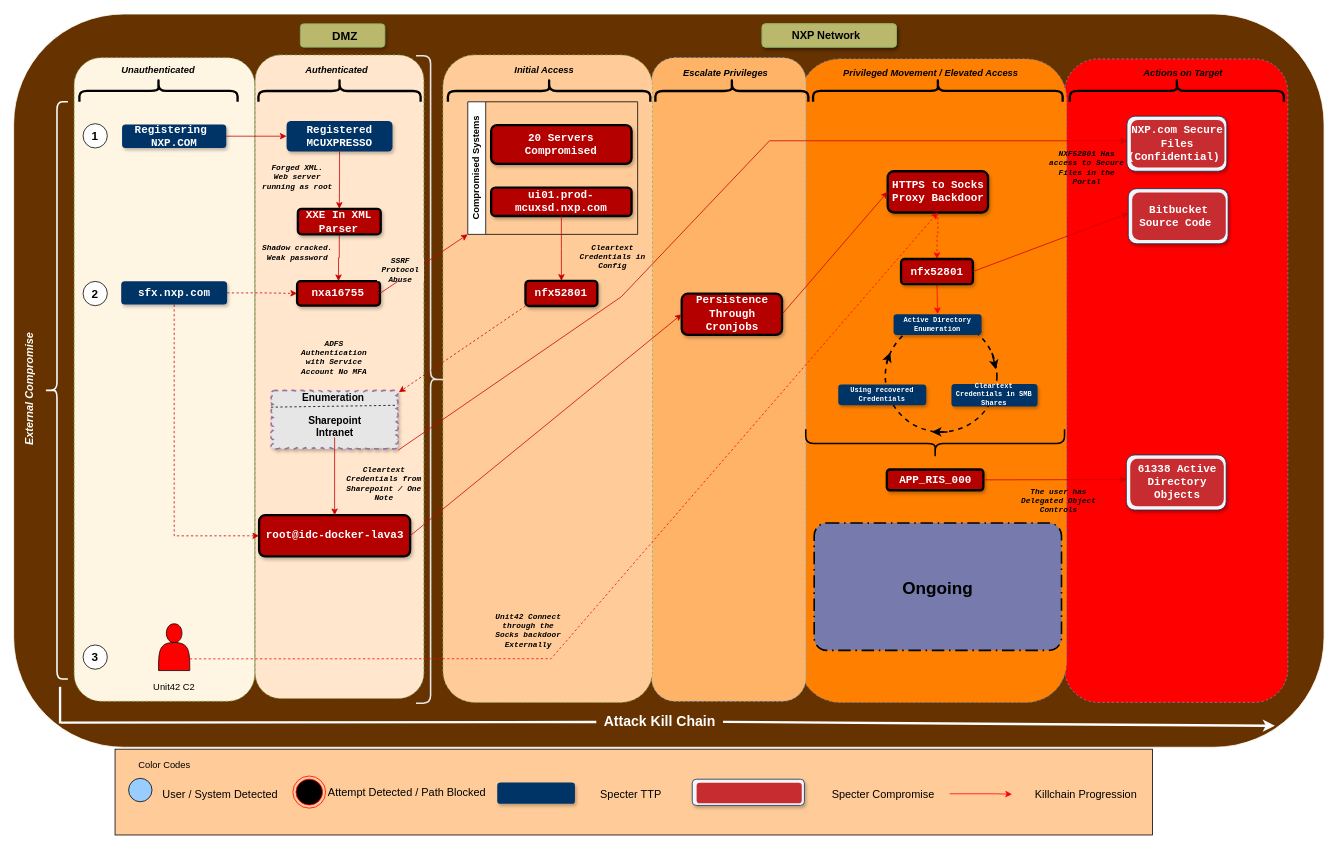
Earlier version of the draw.io diagram nxp.drawio (thodorian/test). Source tidied: cells renumbered, new cells numbered last; positions are measured from the earlier drawing's top-left corner, leaving out a move shared by most shapes. Both pictures are drawn from the tidied source at 78%, with x=0, y=0 at pixel (-34, -35).
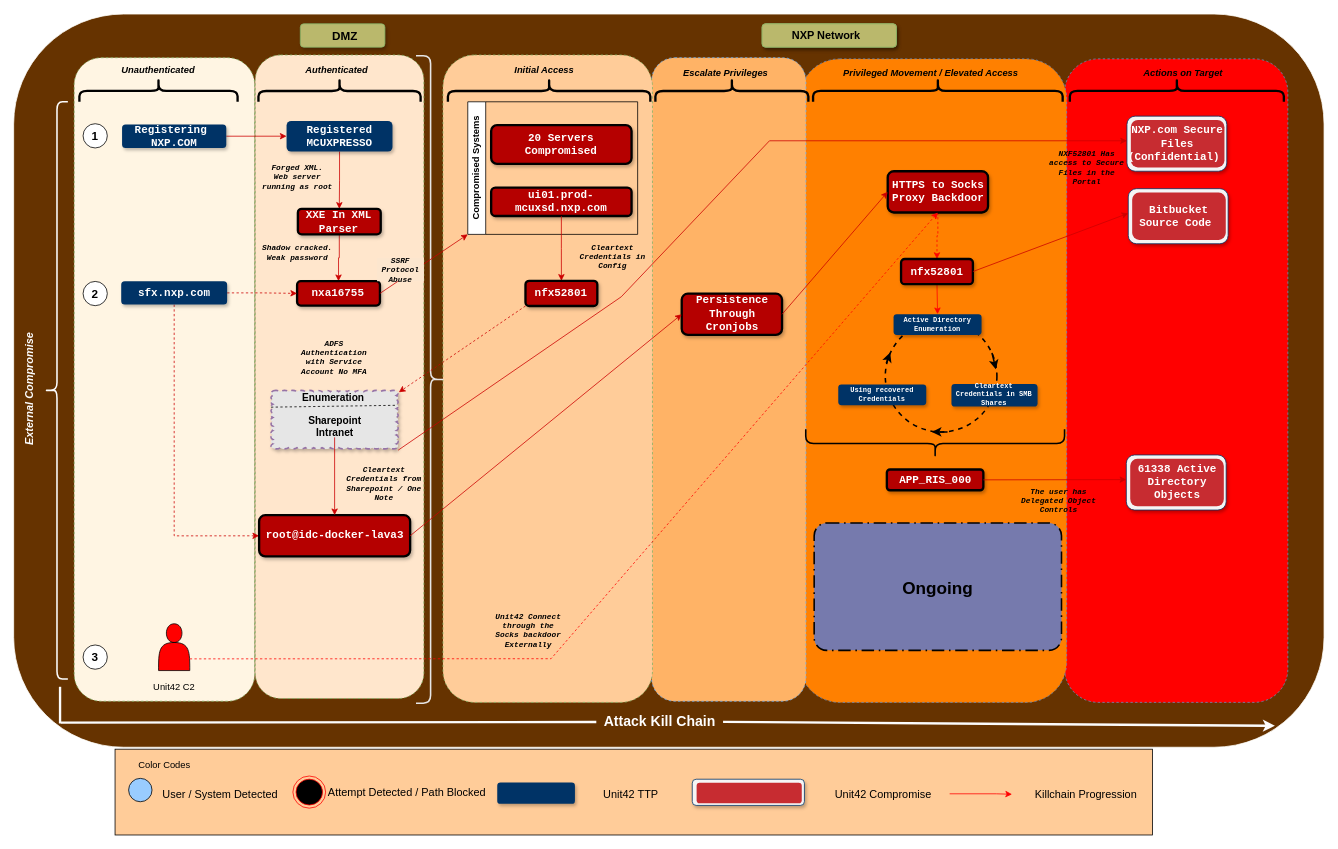
The same diagram, later.

The change refers to these unchanged cells:
```xml
<mxCell id="53" style="group;" parent="1" vertex="1">
  <mxGeometry x="191" y="1005" width="1349.6" height="110" as="geometry" />
</mxCell>
```

What changed in the source:
```diff
@@
-    <mxCell id="61" value="Specter TTP" style="text;html=1;strokeColor=none;fillColor=none;align=center;verticalAlign=middle;whiteSpace=wrap;rounded=0;fontColor=#000000;fontSize=14;" parent="53" vertex="1">
+    <mxCell id="61" value="Unit42 TTP" style="text;html=1;strokeColor=none;fillColor=none;align=center;verticalAlign=middle;whiteSpace=wrap;rounded=0;fontColor=#000000;fontSize=14;" parent="53" vertex="1">
       <mxGeometry x="600" y="37.4" width="123.2" height="41.2" as="geometry" />
     </mxCell>
-    <mxCell id="62" value="&lt;font color=&quot;#000000&quot; style=&quot;font-size: 14px;&quot;&gt;Specter Compromise&lt;/font&gt;" style="text;html=1;strokeColor=none;fillColor=none;align=center;verticalAlign=middle;whiteSpace=wrap;rounded=0;fontColor=#ffffff;fontSize=14;" parent="53" vertex="1">
+    <mxCell id="62" value="&lt;font color=&quot;#000000&quot; style=&quot;font-size: 14px;&quot;&gt;Unit42 Compromise&lt;/font&gt;" style="text;html=1;strokeColor=none;fillColor=none;align=center;verticalAlign=middle;whiteSpace=wrap;rounded=0;fontColor=#ffffff;fontSize=14;" parent="53" vertex="1">
       <mxGeometry x="900" y="37.4" width="169.6" height="41.2" as="geometry" />
     </mxCell>
```
